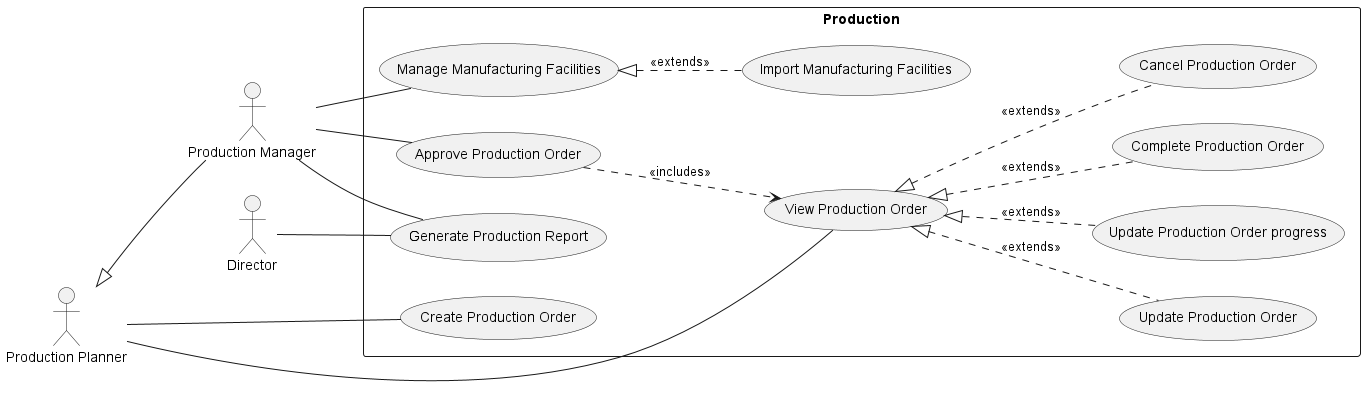
phihungha/scmss-reqs keeps this PlantUML diagram as use-cases/Production.png. Above is the earlier version.
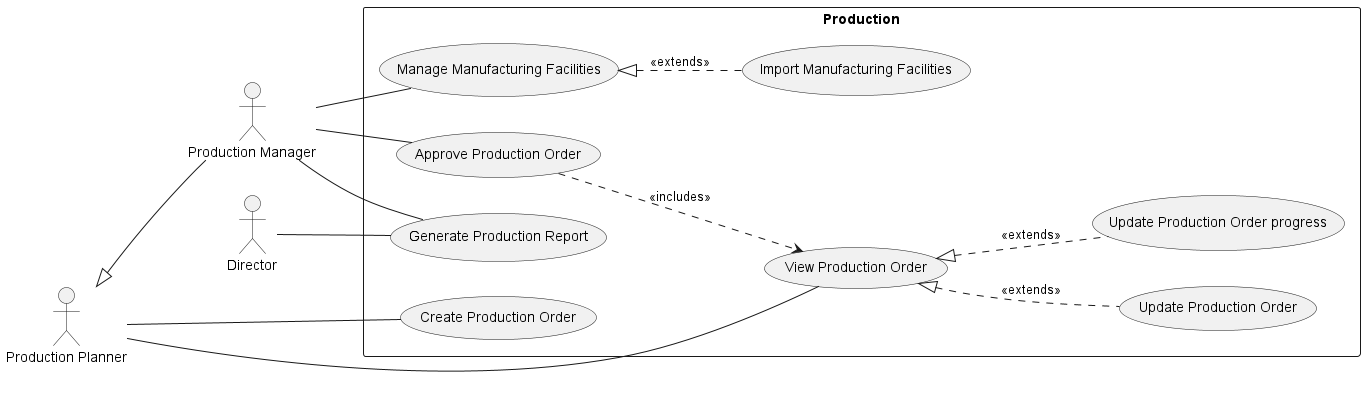
The same diagram one commit later.

The edit, as a diff of the source:
```diff
@@ -12,8 +12,6 @@
   pp -- (Create Production Order)
   (View Production Order) <|.. (Update Production Order) : <<extends>>
   (View Production Order) <|.. (Update Production Order progress) : <<extends>>
-  (View Production Order) <|.. (Complete Production Order) : <<extends>>
-  (View Production Order) <|.. (Cancel Production Order) : <<extends>>
 
   pm -- (Approve Production Order)
   (Approve Production Order) ..> (View Production Order) : <<includes>>
```
